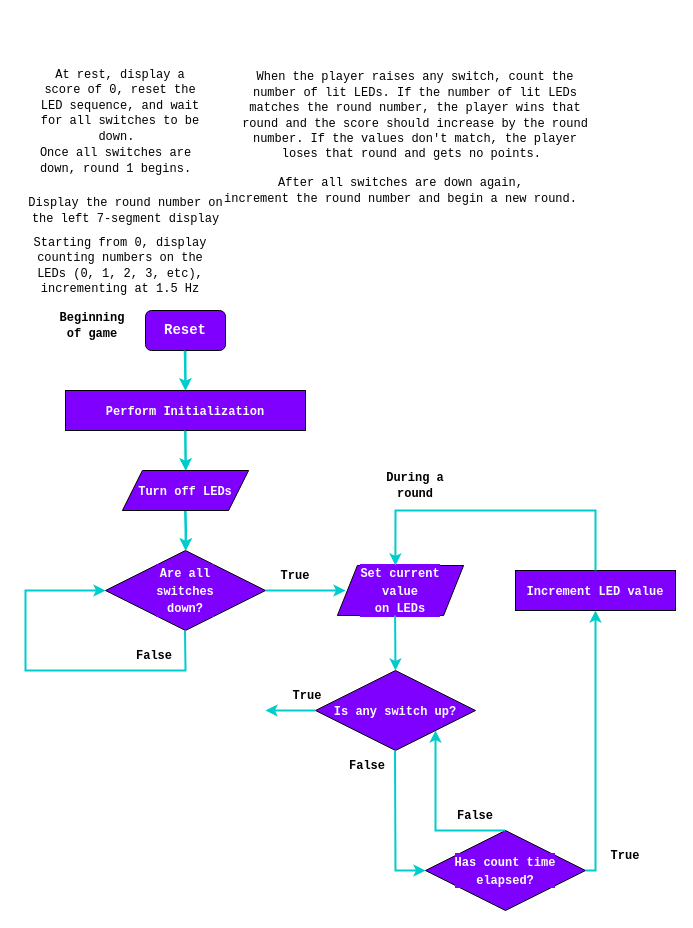
printjoshhere/CS1301 keeps this draw.io diagram as page "Lab8" (5 of 5) of CS1301/Untitled Diagram.drawio. Above is the earlier version. Source tidied: cells renumbered, new cells numbered last; positions are measured from the earlier drawing's top-left corner, leaving out a move shared by most shapes. Both pictures are drawn from the tidied source at 100%, with x=0, y=0 at pixel (25, 90).
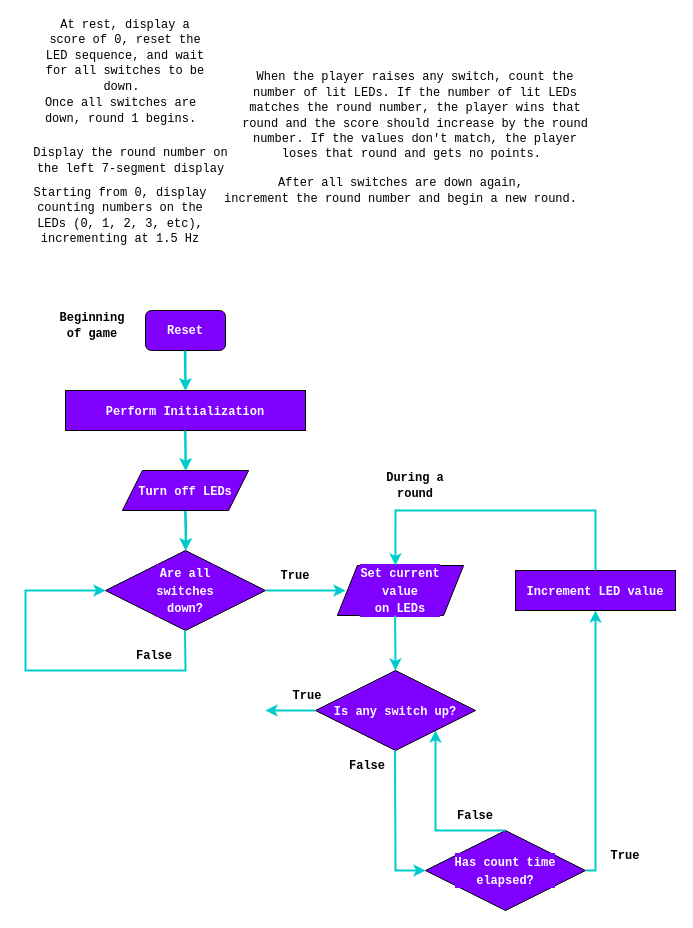
After the change.

What changed in the source:
```diff
@@
     <mxCell id="2" value="&lt;font face=&quot;consolas&quot;&gt;At rest, display a score of 0, reset the LED sequence, and wait for all switches to be down.&amp;nbsp;&lt;/font&gt;" style="text;html=1;strokeColor=none;fillColor=none;align=center;verticalAlign=middle;whiteSpace=wrap;rounded=0;" parent="1" vertex="1">
-      <mxGeometry x="10" width="170" height="30" as="geometry" />
+      <mxGeometry x="15" y="-50" width="170" height="30" as="geometry" />
     </mxCell>
     <mxCell id="3" value="&lt;font face=&quot;consolas&quot;&gt;Starting from 0, display counting numbers on the LEDs (0, 1, 2, 3, etc), incrementing at 1.5 Hz&lt;/font&gt;" style="text;html=1;strokeColor=none;fillColor=none;align=center;verticalAlign=middle;whiteSpace=wrap;rounded=0;" parent="1" vertex="1">
-      <mxGeometry x="5" y="160" width="180" height="30" as="geometry" />
+      <mxGeometry x="5" y="110" width="180" height="30" as="geometry" />
     </mxCell>
@@
     <mxCell id="6" value="&lt;font face=&quot;consolas&quot;&gt;Display the round number on &lt;br&gt;the left 7-segment display&lt;br&gt;&lt;/font&gt;" style="text;html=1;align=center;verticalAlign=middle;strokeColor=none;fillColor=none;" parent="1" vertex="1">
-      <mxGeometry y="100" width="200" height="40" as="geometry" />
+      <mxGeometry x="5" y="50" width="200" height="40" as="geometry" />
     </mxCell>
     <mxCell id="7" value="&lt;font face=&quot;consolas&quot;&gt;Once all switches are &lt;br&gt;down, round 1 begins.&lt;/font&gt;" style="text;html=1;align=center;verticalAlign=middle;strokeColor=none;fillColor=none;" parent="1" vertex="1">
-      <mxGeometry x="10" y="50" width="160" height="40" as="geometry" />
+      <mxGeometry x="15" width="160" height="40" as="geometry" />
     </mxCell>
@@
-    <mxCell id="9" value="&lt;font color=&quot;#ffffff&quot; style=&quot;font-size: 14px; background-color: rgb(127, 0, 255);&quot; face=&quot;consolas&quot;&gt;&lt;b&gt;Reset&lt;/b&gt;&lt;/font&gt;" style="rounded=1;whiteSpace=wrap;html=1;fillColor=#7F00FF;" parent="1" vertex="1">
+    <mxCell id="9" value="&lt;font size=&quot;1&quot; color=&quot;#ffffff&quot; style=&quot;background-color: rgb(127, 0, 255);&quot; face=&quot;consolas&quot;&gt;&lt;b style=&quot;font-size: 12px;&quot;&gt;Reset&lt;/b&gt;&lt;/font&gt;" style="rounded=1;whiteSpace=wrap;html=1;fillColor=#7F00FF;" parent="1" vertex="1">
       <mxGeometry x="120" y="220" width="80" height="40" as="geometry" />
     </mxCell>
```
